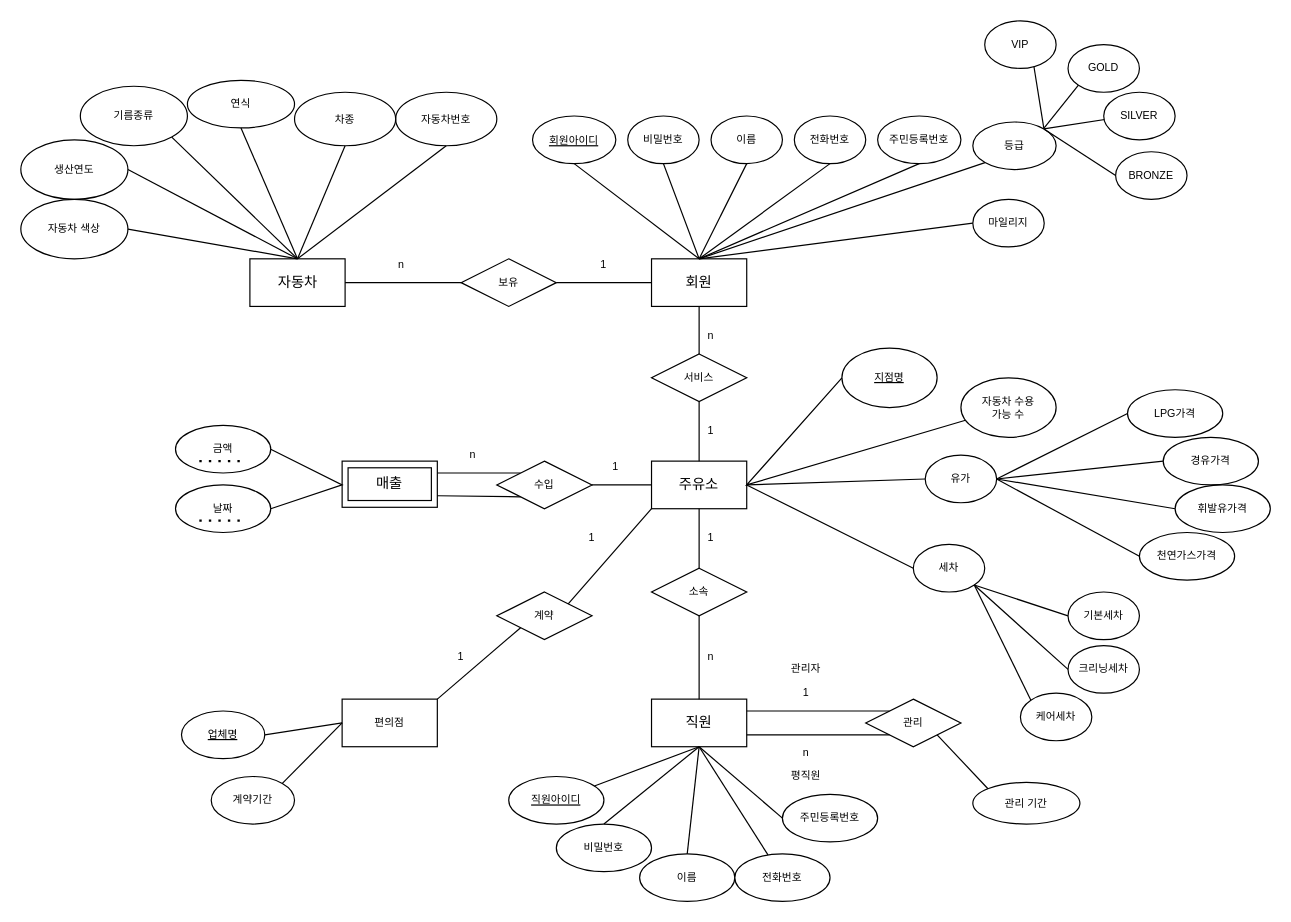
Above: Untitled Diagram.drawio in junki1912/DataBase_base (draw.io), before the change. Source tidied: cells renumbered, new cells numbered last; positions are measured from the earlier drawing's top-left corner, leaving out a move shared by most shapes. Both pictures are drawn from the tidied source at 119%, with x=0, y=0 at pixel (20, 20).
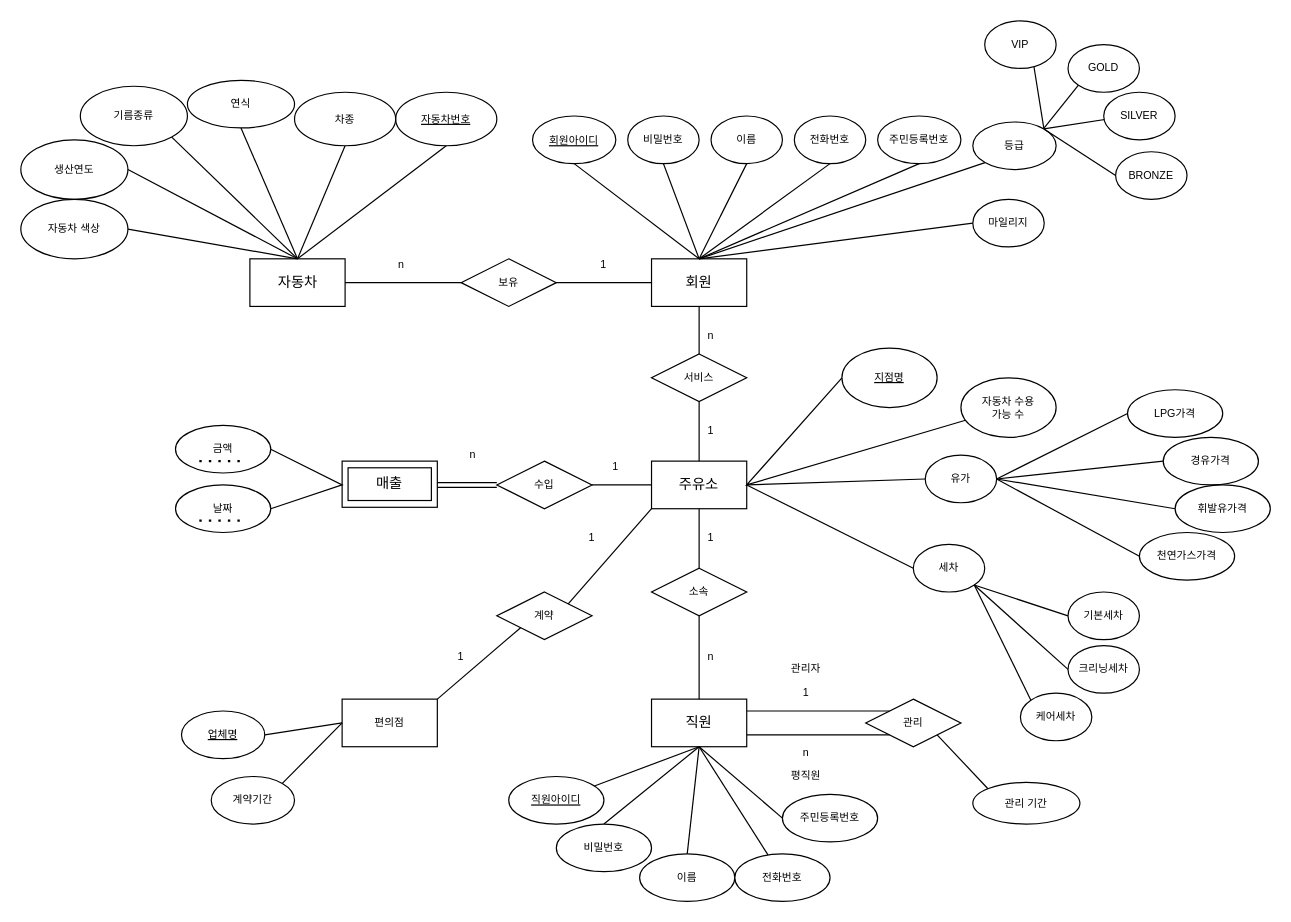
After the change.

Commit message:
gas_station_ERDiagram

The change refers to these unchanged cells:
```xml
<mxCell id="75" style="rounded=0;whiteSpace=wrap;html=1;" parent="1" vertex="1">
  <mxGeometry x="270" y="370" width="80" height="38.8" as="geometry" />
</mxCell>
<mxCell id="81" value="수입" style="rhombus;whiteSpace=wrap;html=1;fontSize=9;" parent="1" vertex="1">
  <mxGeometry x="400" y="370" width="80" height="40" as="geometry" />
</mxCell>
```

Diff of the diagram source:
```diff
@@
-    <mxCell id="79" style="endArrow=none;html=1;rounded=0;fontSize=9;entryX=0;entryY=0;entryDx=0;entryDy=0;" parent="1" edge="1" target="81">
-      <mxGeometry relative="1" as="geometry">
-        <mxPoint x="350" y="380" as="sourcePoint" />
-      </mxGeometry>
-    </mxCell>
-    <mxCell id="80" style="endArrow=none;html=1;rounded=0;fontSize=9;entryX=0;entryY=1;entryDx=0;entryDy=0;exitX=1;exitY=0.75;exitDx=0;exitDy=0;" parent="1" edge="1" source="75" target="81">
-      <mxGeometry relative="1" as="geometry" />
-    </mxCell>
@@
-    <mxCell id="99" value="자동차번호" style="ellipse;whiteSpace=wrap;html=1;fontSize=9;" parent="1" vertex="1">
+    <mxCell id="99" value="&lt;u&gt;자동차번호&lt;/u&gt;" style="ellipse;whiteSpace=wrap;html=1;fontSize=9;" parent="1" vertex="1">
       <mxGeometry x="315" y="60" width="85" height="45" as="geometry" />
     </mxCell>
@@
+    <mxCell id="118" style="shape=link;html=1;rounded=0;" parent="1" edge="1" target="81">
+      <mxGeometry relative="1" as="geometry">
+        <mxPoint x="350" y="390" as="sourcePoint" />
+      </mxGeometry>
+    </mxCell>
```
